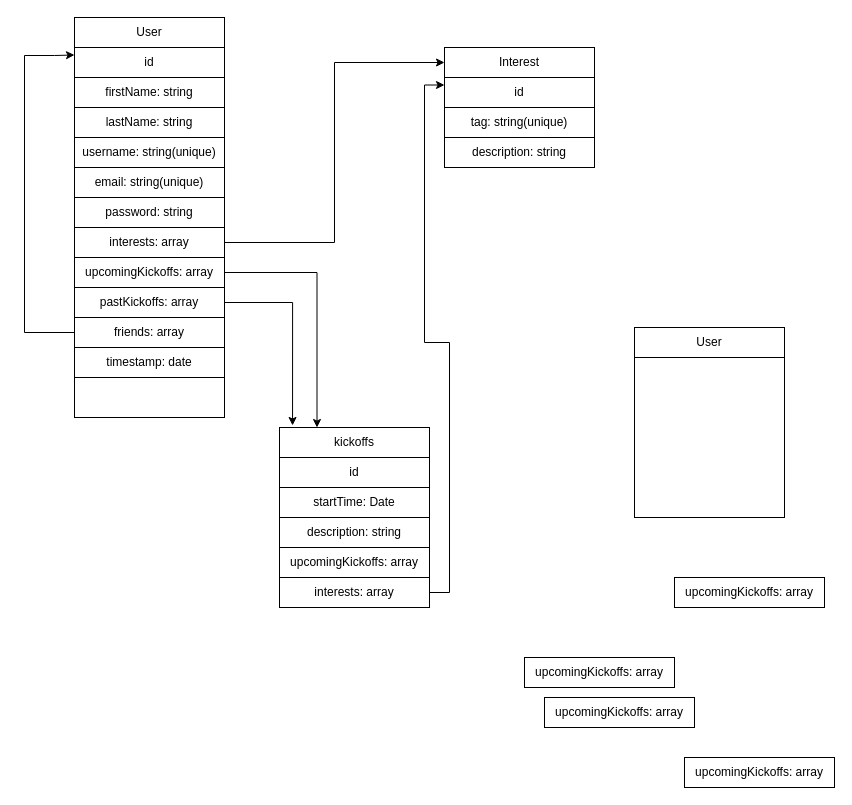
kretzbryan/kick-off keeps this draw.io diagram as wireframes.drawio. Above is the earlier version. Source tidied: cells renumbered, new cells numbered last; positions are measured from the earlier drawing's top-left corner, leaving out a move shared by most shapes. Both pictures are drawn from the tidied source at 100%, with x=0, y=0 at pixel (24, 17).
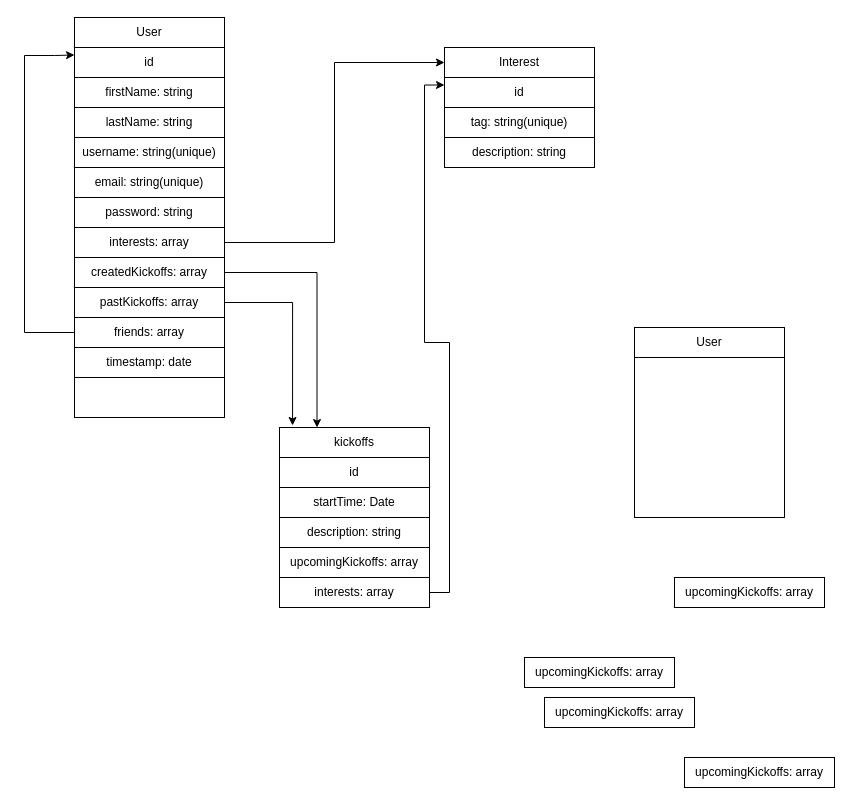
The same page after the edit.

Change to the diagram source:
```diff
@@
-    <mxCell id="29" value="upcomingKickoffs: array" style="rounded=0;whiteSpace=wrap;html=1;" parent="1" vertex="1">
+    <mxCell id="29" value="createdKickoffs: array" style="rounded=0;whiteSpace=wrap;html=1;" parent="1" vertex="1">
       <mxGeometry x="50" y="240" width="150" height="30" as="geometry" />
     </mxCell>
```
